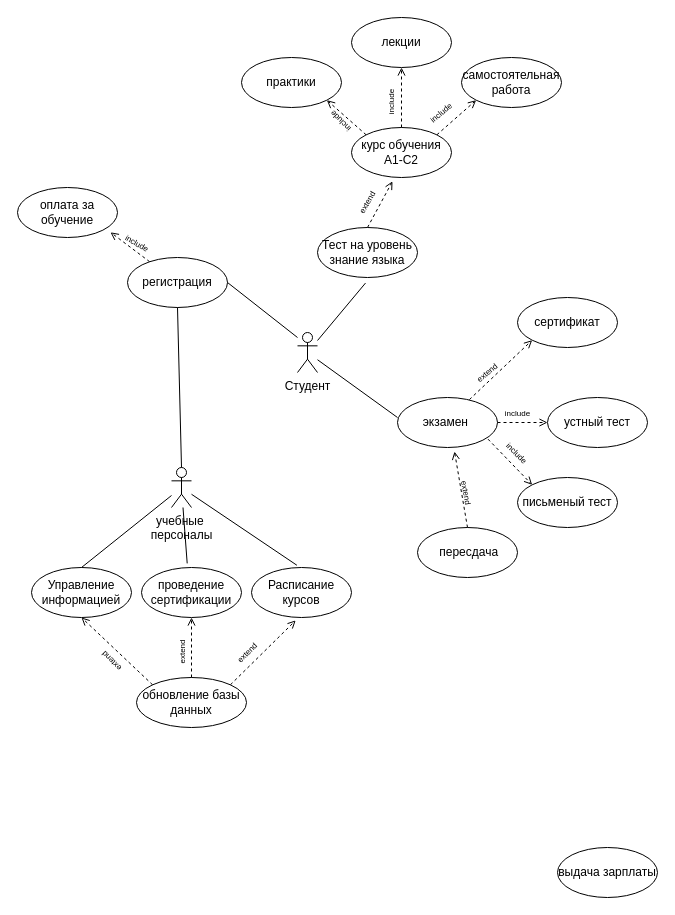
Before: Masa_school_use_case_diagram.drawio in mati-tech/draw.io, a draw.io diagram. Source tidied: cells renumbered, new cells numbered last; positions are measured from the earlier drawing's top-left corner, leaving out a move shared by most shapes. Both pictures are drawn from the tidied source at 100%, with x=0, y=0 at pixel (17, 17).
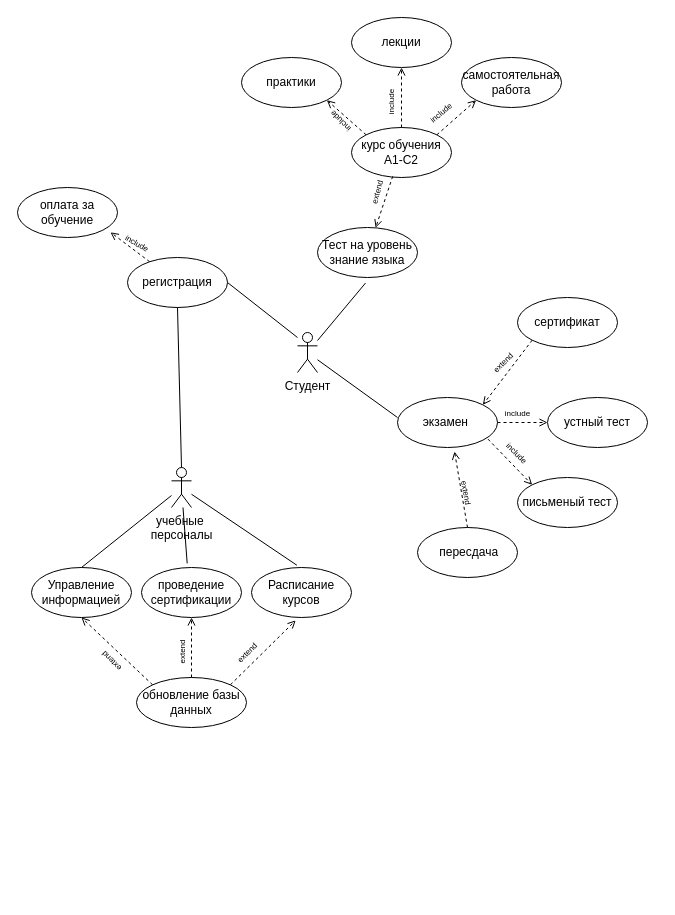
Above is the later version.

The change refers to these unchanged cells:
```xml
<mxCell id="4" value="Тест на уровень знание языка" style="ellipse;whiteSpace=wrap;html=1;" parent="1" vertex="1">
  <mxGeometry x="300" y="210" width="100" height="50" as="geometry" />
</mxCell>
<mxCell id="5" value="курс обучения&lt;div&gt;A1-C2&lt;/div&gt;" style="ellipse;whiteSpace=wrap;html=1;" parent="1" vertex="1">
  <mxGeometry x="334" y="110" width="100" height="50" as="geometry" />
</mxCell>
<mxCell id="7" value="экзамен&amp;nbsp;" style="ellipse;whiteSpace=wrap;html=1;" parent="1" vertex="1">
  <mxGeometry x="380" y="380" width="100" height="50" as="geometry" />
</mxCell>
<mxCell id="8" value="сертификат" style="ellipse;whiteSpace=wrap;html=1;" parent="1" vertex="1">
  <mxGeometry x="500" y="280" width="100" height="50" as="geometry" />
</mxCell>
```

The edit, as a diff of the source:
```diff
@@
-    <mxCell id="18" value="выдача зарплаты" style="ellipse;whiteSpace=wrap;html=1;" parent="1" vertex="1">
-      <mxGeometry x="540" y="830" width="100" height="50" as="geometry" />
-    </mxCell>
@@
-    <mxCell id="25" style="html=1;verticalAlign=bottom;labelBackgroundColor=none;endArrow=open;endFill=0;dashed=1;rounded=0;exitX=0.719;exitY=0.042;exitDx=0;exitDy=0;exitPerimeter=0;entryX=0;entryY=1;entryDx=0;entryDy=0;" parent="1" edge="1" source="7" target="8">
+    <mxCell id="25" style="html=1;verticalAlign=bottom;labelBackgroundColor=none;endArrow=open;endFill=0;dashed=1;rounded=0;exitX=0;exitY=1;exitDx=0;exitDy=0;entryX=1;entryY=0;entryDx=0;entryDy=0;" parent="1" edge="1" source="8" target="7">
       <mxGeometry x="-0.03" y="18" relative="1" as="geometry" />
     </mxCell>
@@
-    <mxCell id="37" value="&lt;span style=&quot;font-size: 8px;&quot;&gt;extend&lt;/span&gt;" style="text;html=1;align=center;verticalAlign=middle;strokeColor=none;fillColor=none;rotation=-40;" parent="1" vertex="1">
-      <mxGeometry x="444" y="340" width="50" height="30" as="geometry" />
+    <mxCell id="37" value="&lt;span style=&quot;font-size: 8px;&quot;&gt;extend&lt;/span&gt;" style="text;html=1;align=center;verticalAlign=middle;strokeColor=none;fillColor=none;rotation=-45;" parent="1" vertex="1">
+      <mxGeometry x="460" y="330" width="50" height="30" as="geometry" />
     </mxCell>
@@
-    <mxCell id="48" style="html=1;verticalAlign=bottom;labelBackgroundColor=none;endArrow=open;endFill=0;dashed=1;rounded=0;exitX=0.5;exitY=0;exitDx=0;exitDy=0;entryX=0.41;entryY=1.076;entryDx=0;entryDy=0;entryPerimeter=0;" parent="1" edge="1" source="4" target="5">
+    <mxCell id="48" style="html=1;verticalAlign=bottom;labelBackgroundColor=none;endArrow=open;endFill=0;dashed=1;rounded=0;exitX=0.412;exitY=0.977;exitDx=0;exitDy=0;exitPerimeter=0;" parent="1" edge="1" source="5" target="4">
       <mxGeometry x="-0.03" y="18" relative="1" as="geometry" />
     </mxCell>
-    <mxCell id="49" value="&lt;span style=&quot;font-size: 8px;&quot;&gt;extend&lt;/span&gt;" style="text;html=1;align=center;verticalAlign=middle;strokeColor=none;fillColor=none;rotation=-60;" parent="1" vertex="1">
-      <mxGeometry x="324" y="170" width="50" height="30" as="geometry" />
+    <mxCell id="49" value="&lt;span style=&quot;font-size: 8px;&quot;&gt;extend&lt;/span&gt;" style="text;html=1;align=center;verticalAlign=middle;strokeColor=none;fillColor=none;rotation=-75;" parent="1" vertex="1">
+      <mxGeometry x="334" y="160" width="50" height="30" as="geometry" />
     </mxCell>
```
